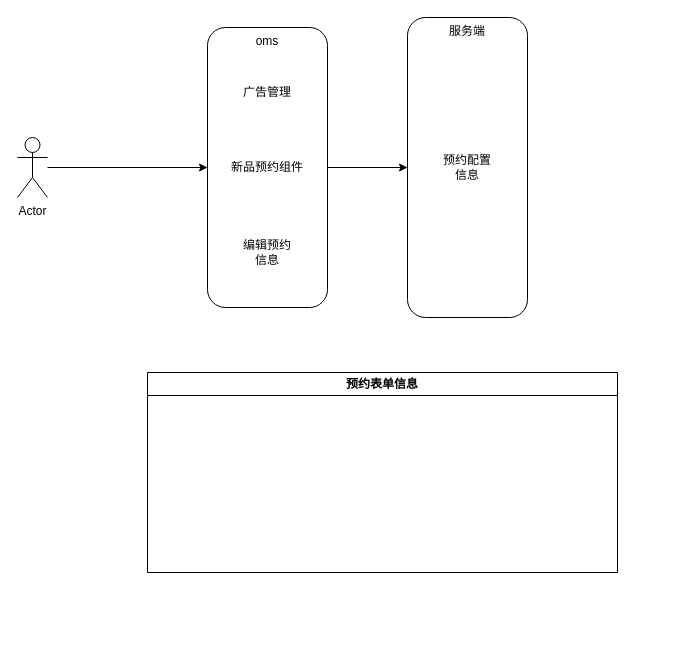
BwinYang/bwinyang keeps this draw.io diagram as 新品预约迭代.drawio. Above is the earlier version. Source tidied: cells renumbered, new cells numbered last; positions are measured from the earlier drawing's top-left corner, leaving out a move shared by most shapes. Both pictures are drawn from the tidied source at 100%, with x=0, y=0 at pixel (17, 17).
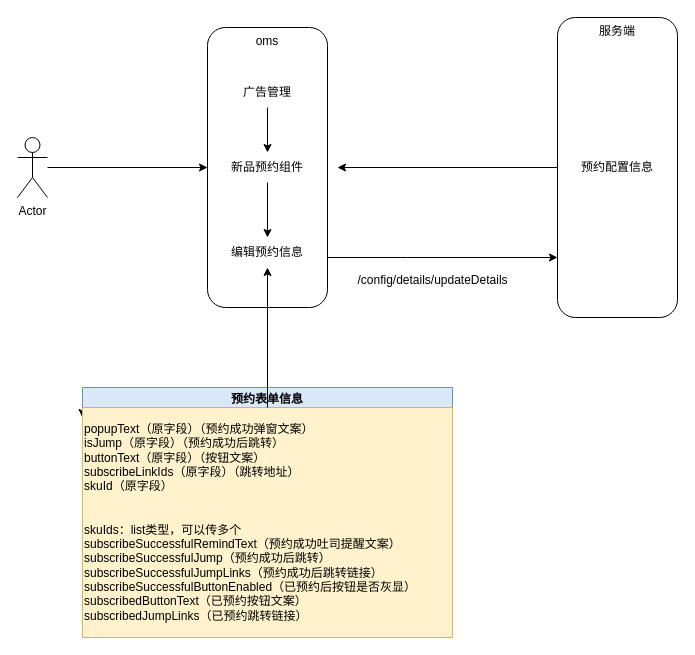
After the change.

Commit message (it also covers changes not shown here):
更新新品预约迭代.drawio

Unchanged cells that the change refers to:
```xml
<mxCell id="5" value="oms" style="rounded=1;whiteSpace=wrap;html=1;verticalAlign=top;" parent="1" vertex="1">
  <mxGeometry x="190" y="10" width="120" height="280" as="geometry" />
</mxCell>
<mxCell id="6" value="广告管理" style="text;html=1;strokeColor=none;fillColor=none;align=center;verticalAlign=middle;whiteSpace=wrap;rounded=0;" parent="1" vertex="1">
  <mxGeometry x="220" y="60" width="60" height="30" as="geometry" />
</mxCell>
<mxCell id="8" value="新品预约组件" style="text;html=1;strokeColor=none;fillColor=none;align=center;verticalAlign=middle;whiteSpace=wrap;rounded=0;" parent="1" vertex="1">
  <mxGeometry x="210" y="135" width="80" height="30" as="geometry" />
</mxCell>
```

What changed in the source:
```diff
@@
     <mxCell id="4" style="edgeStyle=orthogonalEdgeStyle;rounded=0;jettySize=auto;html=1;" parent="1" edge="1" source="5" target="9">
-      <mxGeometry relative="1" as="geometry" />
+      <mxGeometry relative="1" as="geometry">
+        <Array as="points">
+          <mxPoint x="390" y="240" />
+          <mxPoint x="390" y="240" />
+        </Array>
+      </mxGeometry>
     </mxCell>
@@
+    <mxCell id="12" style="edgeStyle=orthogonalEdgeStyle;rounded=0;jettySize=auto;html=1;" parent="1" edge="1" source="6" target="8">
+      <mxGeometry relative="1" as="geometry" />
+    </mxCell>
@@
     <mxCell id="7" value="编辑预约信息" style="text;html=1;strokeColor=none;fillColor=none;align=center;verticalAlign=middle;whiteSpace=wrap;rounded=0;" parent="1" vertex="1">
-      <mxGeometry x="220" y="220" width="60" height="30" as="geometry" />
+      <mxGeometry x="200" y="220" width="100" height="30" as="geometry" />
     </mxCell>
+    <mxCell id="13" style="edgeStyle=orthogonalEdgeStyle;rounded=0;jettySize=auto;html=1;" parent="1" edge="1" source="8" target="7">
+      <mxGeometry relative="1" as="geometry" />
+    </mxCell>
@@
+    <mxCell id="14" style="edgeStyle=orthogonalEdgeStyle;rounded=0;jettySize=auto;html=1;" parent="1" edge="1" source="9">
+      <mxGeometry relative="1" as="geometry">
+        <mxPoint x="320" y="150" as="targetPoint" />
+      </mxGeometry>
+    </mxCell>
     <mxCell id="9" value="服务端" style="whiteSpace=wrap;html=1;verticalAlign=top;rounded=1;" parent="1" vertex="1">
-      <mxGeometry x="390" width="120" height="300" as="geometry" />
+      <mxGeometry x="540" width="120" height="300" as="geometry" />
     </mxCell>
     <mxCell id="10" value="预约配置信息" style="text;html=1;strokeColor=none;fillColor=none;align=center;verticalAlign=middle;whiteSpace=wrap;rounded=0;" parent="1" vertex="1">
-      <mxGeometry x="420" y="135" width="60" height="30" as="geometry" />
+      <mxGeometry x="560" y="135" width="80" height="30" as="geometry" />
     </mxCell>
-    <mxCell id="11" value="预约表单信息" style="swimlane;whiteSpace=wrap;html=1;" parent="1" vertex="1">
-      <mxGeometry x="130" y="355" width="470" height="200" as="geometry" />
+    <mxCell id="11" value="预约表单信息" style="swimlane;whiteSpace=wrap;html=1;fillColor=#dae8fc;strokeColor=#6c8ebf;" parent="1" vertex="1">
+      <mxGeometry x="65" y="370" width="370" height="250" as="geometry" />
     </mxCell>
+    <mxCell id="15" style="edgeStyle=orthogonalEdgeStyle;rounded=0;jettySize=auto;html=1;exitX=0;exitY=0;exitDx=0;exitDy=0;" parent="11" edge="1" source="16">
+      <mxGeometry relative="1" as="geometry">
+        <mxPoint y="30" as="targetPoint" />
+      </mxGeometry>
+    </mxCell>
+    <mxCell id="16" value="&lt;div&gt;popupText（原字段）（预约成功弹窗文案）&amp;nbsp;&lt;/div&gt;&lt;div&gt;isJump（原字段）（预约成功后跳转）&amp;nbsp;&lt;/div&gt;&lt;div&gt;buttonText（原字段）（按钮文案）&amp;nbsp;&lt;/div&gt;&lt;div&gt;subscribeLinkIds（原字段）（跳转地址）&amp;nbsp;&lt;/div&gt;&lt;div&gt;skuId（原字段）&lt;/div&gt;&lt;div&gt;&lt;br&gt;&lt;/div&gt;&lt;div&gt;&lt;br&gt;&lt;/div&gt;&lt;div&gt;skuIds：list类型，可以传多个&lt;/div&gt;&lt;div&gt;subscribeSuccessfulRemindText（预约成功吐司提醒文案）&lt;/div&gt;&lt;div&gt;subscribeSuccessfulJump（预约成功后跳转）&lt;/div&gt;&lt;div&gt;subscribeSuccessfulJumpLinks（预约成功后跳转链接）&lt;/div&gt;&lt;div&gt;subscribeSuccessfulButtonEnabled（已预约后按钮是否灰显）&lt;/div&gt;&lt;div&gt;subscribedButtonText（已预约按钮文案）&lt;/div&gt;&lt;div&gt;subscribedJumpLinks（已预约跳转链接）&lt;/div&gt;" style="text;html=1;strokeColor=#d6b656;fillColor=#fff2cc;align=left;verticalAlign=middle;whiteSpace=wrap;rounded=0;labelBackgroundColor=none;" parent="11" vertex="1">
+      <mxGeometry y="20" width="370" height="230" as="geometry" />
+    </mxCell>
+    <mxCell id="17" style="edgeStyle=orthogonalEdgeStyle;rounded=0;jettySize=auto;html=1;entryX=0.5;entryY=1;entryDx=0;entryDy=0;" parent="1" edge="1" source="16" target="7">
+      <mxGeometry relative="1" as="geometry" />
+    </mxCell>
+    <mxCell id="18" value="/config/details/updateDetails" style="text;html=1;align=center;verticalAlign=middle;strokeColor=none;fillColor=none;" parent="1" vertex="1">
+      <mxGeometry x="330" y="248" width="170" height="30" as="geometry" />
+    </mxCell>
```
